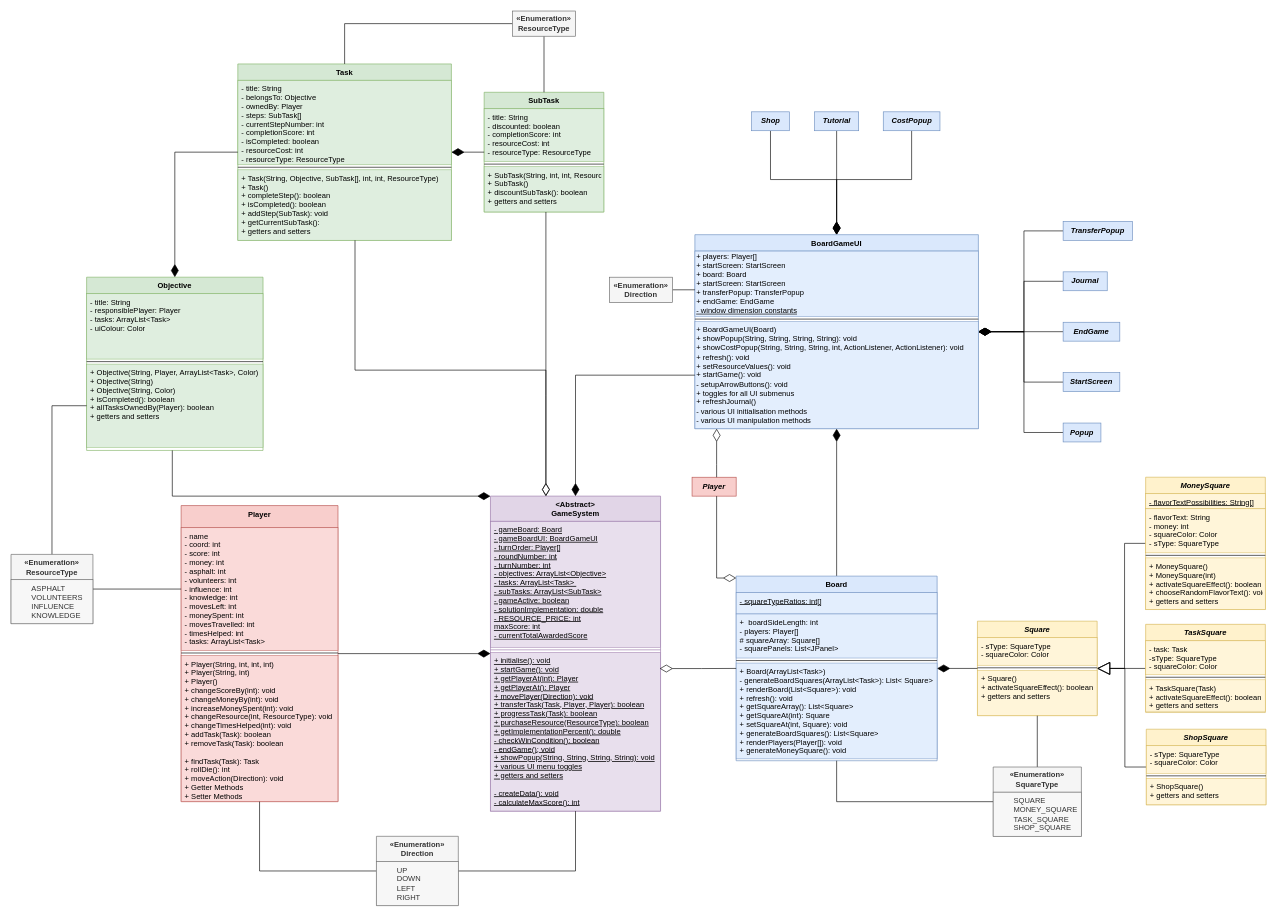
Before: Deliverables/Semester 2/UML_Class_Diagram.drawio in Xelodico/engineers-without-borders, a draw.io diagram. Source tidied: cells renumbered, new cells numbered last; positions are measured from the earlier drawing's top-left corner, leaving out a move shared by most shapes. Both pictures are drawn from the tidied source at 63%, with x=0, y=0 at pixel (11, 11).
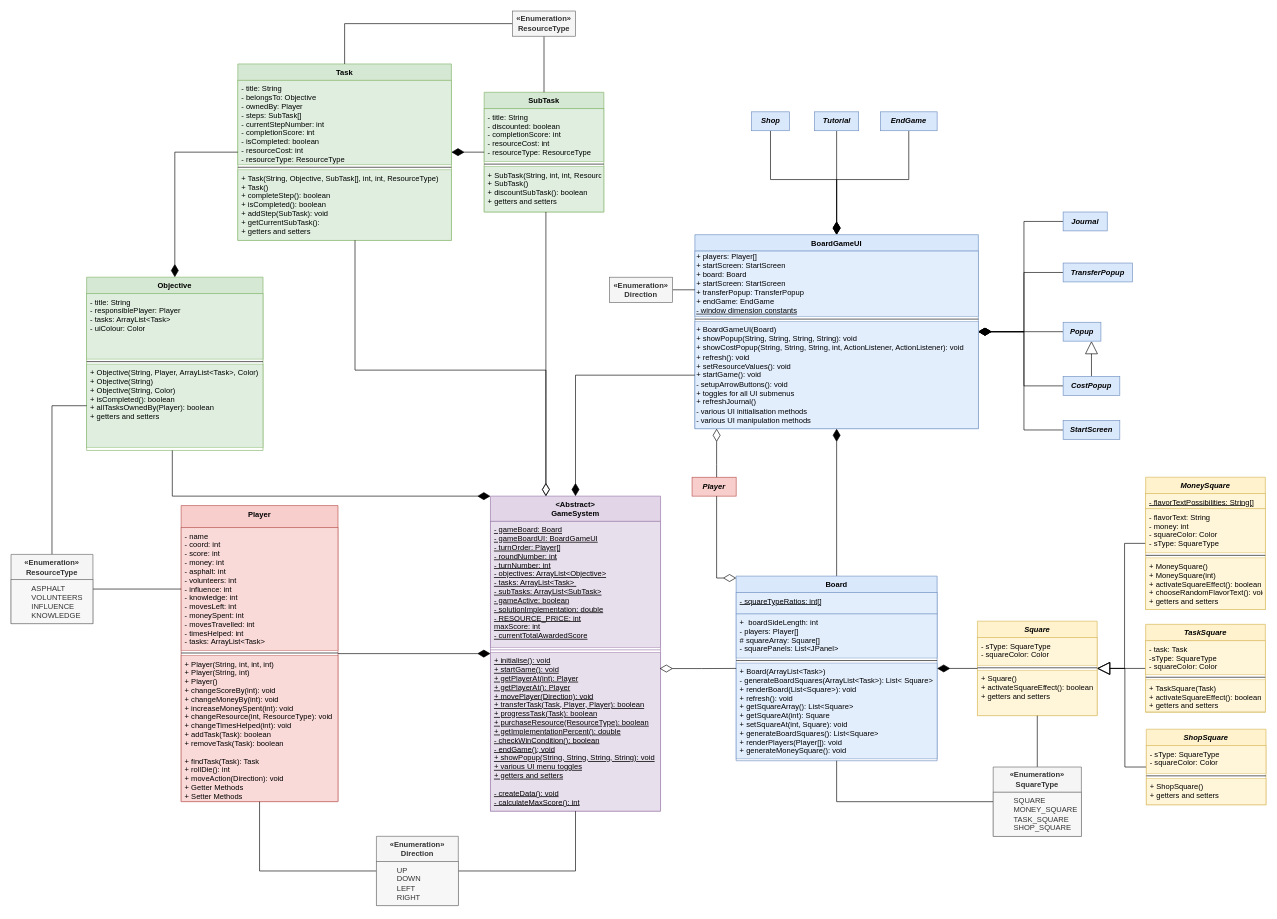
After the change.

Commit message:
CostPopup now inherits from Popup.

Unchanged cells that the change refers to:
```xml
<mxCell id="21" value="BoardGameUI" style="swimlane;fontStyle=1;align=center;verticalAlign=top;horizontal=1;startSize=26;rounded=0;shadow=0;strokeWidth=1;fillColor=#dae8fc;strokeColor=#6c8ebf;" parent="1" vertex="1">
  <mxGeometry x="1085.5" y="355" width="450" height="308" as="geometry" />
</mxCell>
```

Change to the diagram source:
```diff
@@
+    <mxCell id="97" style="edgeStyle=orthogonalEdgeStyle;rounded=0;jettySize=auto;html=1;entryX=0.75;entryY=1;entryDx=0;entryDy=0;endSize=18;startSize=18;endArrow=block;endFill=0;" parent="1" edge="1" source="75" target="85">
+      <mxGeometry relative="1" as="geometry" />
+    </mxCell>
     <mxCell id="75" value="&lt;i&gt;CostPopup&lt;/i&gt;" style="html=1;whiteSpace=wrap;fillColor=#dae8fc;strokeColor=#6c8ebf;fontStyle=1;" parent="1" vertex="1">
-      <mxGeometry x="1384.5" y="160" width="90" height="30" as="geometry" />
+      <mxGeometry x="1670" y="580" width="90" height="30" as="geometry" />
     </mxCell>
@@
     <mxCell id="77" value="&lt;i&gt;TransferPopup&lt;/i&gt;" style="html=1;whiteSpace=wrap;fillColor=#dae8fc;strokeColor=#6c8ebf;fontStyle=1;" parent="1" vertex="1">
-      <mxGeometry x="1670" y="334" width="110" height="30" as="geometry" />
+      <mxGeometry x="1670" y="400" width="110" height="30" as="geometry" />
     </mxCell>
@@
-    <mxCell id="80" style="edgeStyle=orthogonalEdgeStyle;rounded=0;jettySize=auto;html=1;entryX=1;entryY=0.5;entryDx=0;entryDy=0;endArrow=diamondThin;endFill=1;endSize=18;startSize=18;" parent="1" edge="1" source="81" target="21">
+    <mxCell id="80" style="edgeStyle=orthogonalEdgeStyle;rounded=0;jettySize=auto;html=1;endArrow=diamondThin;endFill=1;endSize=18;startSize=18;" parent="1" edge="1" source="81" target="21">
       <mxGeometry relative="1" as="geometry" />
     </mxCell>
     <mxCell id="81" value="&lt;i&gt;EndGame&lt;/i&gt;" style="html=1;whiteSpace=wrap;fillColor=#dae8fc;strokeColor=#6c8ebf;fontStyle=1;" parent="1" vertex="1">
-      <mxGeometry x="1670" y="494" width="90" height="30" as="geometry" />
+      <mxGeometry x="1380" y="160" width="90" height="30" as="geometry" />
     </mxCell>
@@
     <mxCell id="85" value="&lt;i&gt;Popup&lt;/i&gt;" style="html=1;whiteSpace=wrap;fillColor=#dae8fc;strokeColor=#6c8ebf;fontStyle=1;" parent="1" vertex="1">
-      <mxGeometry x="1670" y="654" width="60" height="30" as="geometry" />
+      <mxGeometry x="1670" y="494" width="60" height="30" as="geometry" />
     </mxCell>
@@
     <mxCell id="87" value="&lt;i&gt;StartScreen&lt;/i&gt;" style="html=1;whiteSpace=wrap;fillColor=#dae8fc;strokeColor=#6c8ebf;fontStyle=1;" parent="1" vertex="1">
-      <mxGeometry x="1670" y="574" width="90" height="30" as="geometry" />
+      <mxGeometry x="1670" y="650" width="90" height="30" as="geometry" />
     </mxCell>
@@
     <mxCell id="89" value="&lt;i&gt;Journal&lt;/i&gt;" style="html=1;whiteSpace=wrap;fillColor=#dae8fc;strokeColor=#6c8ebf;fontStyle=1;" parent="1" vertex="1">
-      <mxGeometry x="1670" y="414" width="70" height="30" as="geometry" />
+      <mxGeometry x="1670" y="319" width="70" height="30" as="geometry" />
     </mxCell>
```
